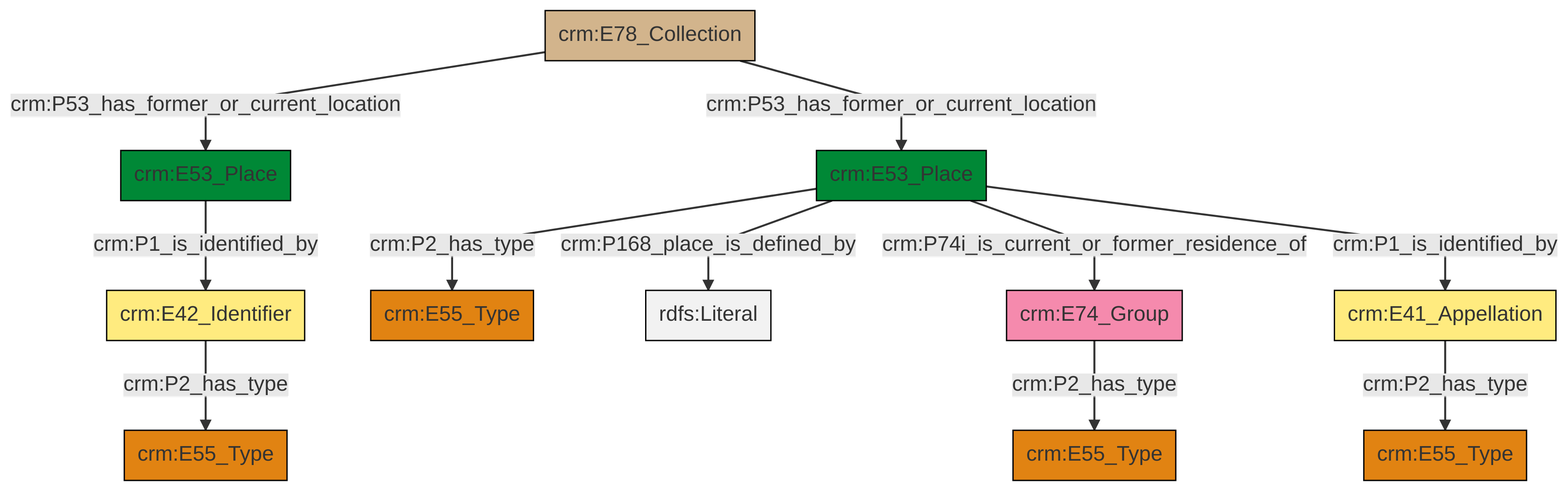
Earlier version of the Mermaid export et/archivalCSV/ttl/mmd/png/archival_location.png (swiss-art-research-net/docs.swissartresearch). Its source is kept beside it as et/archivalCSV/ttl/mmd/archival_location.ttl.mmd.
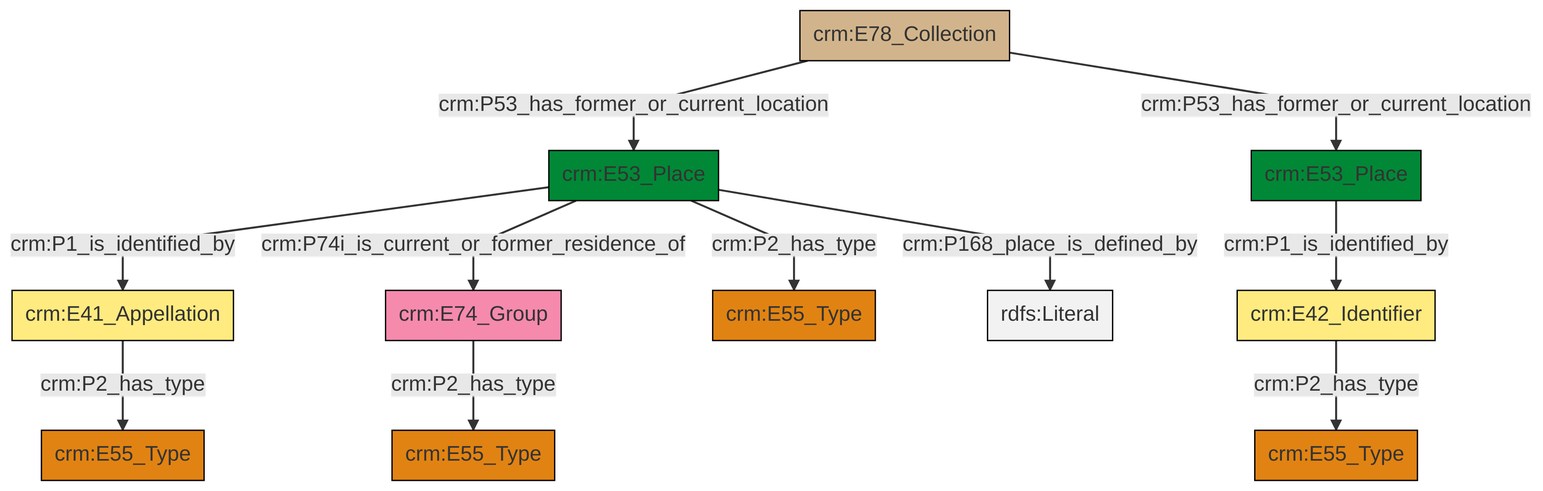
The same diagram one commit later.

The edit, as a diff of the source:
```diff
@@ -13,13 +13,13 @@
 classDef PC_Classes fill:#4ce600, stroke:#000000;
 classDef Multi fill:#cccccc,stroke:#000000;
 
-2["crm:E53_Place"]:::Place -->|crm:P2_has_type| 3["crm:E55_Type"]:::Type
-4["crm:E78_Collection"]:::Physical_Thing -->|crm:P53_has_former_or_current_location| 5["crm:E53_Place"]:::Place
-5["crm:E53_Place"]:::Place -->|crm:P1_is_identified_by| 0["crm:E42_Identifier"]:::Appellation
-4["crm:E78_Collection"]:::Physical_Thing -->|crm:P53_has_former_or_current_location| 2["crm:E53_Place"]:::Place
-2["crm:E53_Place"]:::Place -->|crm:P168_place_is_defined_by| 9[rdfs:Literal]:::Literal
-11["crm:E74_Group"]:::Actor -->|crm:P2_has_type| 6["crm:E55_Type"]:::Type
-2["crm:E53_Place"]:::Place -->|crm:P74i_is_current_or_former_residence_of| 11["crm:E74_Group"]:::Actor
-0["crm:E42_Identifier"]:::Appellation -->|crm:P2_has_type| 12["crm:E55_Type"]:::Type
-14["crm:E41_Appellation"]:::Appellation -->|crm:P2_has_type| 18["crm:E55_Type"]:::Type
-2["crm:E53_Place"]:::Place -->|crm:P1_is_identified_by| 14["crm:E41_Appellation"]:::Appellation
+0["crm:E53_Place"]:::Place -->|crm:P1_is_identified_by| 1["crm:E41_Appellation"]:::Appellation
+2["crm:E53_Place"]:::Place -->|crm:P1_is_identified_by| 3["crm:E42_Identifier"]:::Appellation
+0["crm:E53_Place"]:::Place -->|crm:P74i_is_current_or_former_residence_of| 9["crm:E74_Group"]:::Actor
+0["crm:E53_Place"]:::Place -->|crm:P2_has_type| 11["crm:E55_Type"]:::Type
+12["crm:E78_Collection"]:::Physical_Thing -->|crm:P53_has_former_or_current_location| 0["crm:E53_Place"]:::Place
+1["crm:E41_Appellation"]:::Appellation -->|crm:P2_has_type| 4["crm:E55_Type"]:::Type
+0["crm:E53_Place"]:::Place -->|crm:P168_place_is_defined_by| 14[rdfs:Literal]:::Literal
+9["crm:E74_Group"]:::Actor -->|crm:P2_has_type| 6["crm:E55_Type"]:::Type
+3["crm:E42_Identifier"]:::Appellation -->|crm:P2_has_type| 17["crm:E55_Type"]:::Type
+12["crm:E78_Collection"]:::Physical_Thing -->|crm:P53_has_former_or_current_location| 2["crm:E53_Place"]:::Place
```
